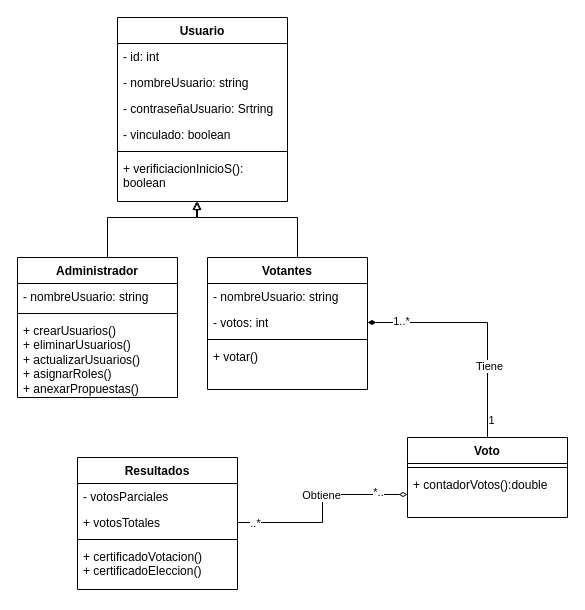
Andres-Nicolas/Diagramas keeps this draw.io diagram as DiagraClases_ER.drawio. Above is the earlier version. Source tidied: cells renumbered, new cells numbered last; positions are measured from the earlier drawing's top-left corner, leaving out a move shared by most shapes. Both pictures are drawn from the tidied source at 100%, with x=0, y=0 at pixel (17, 17).
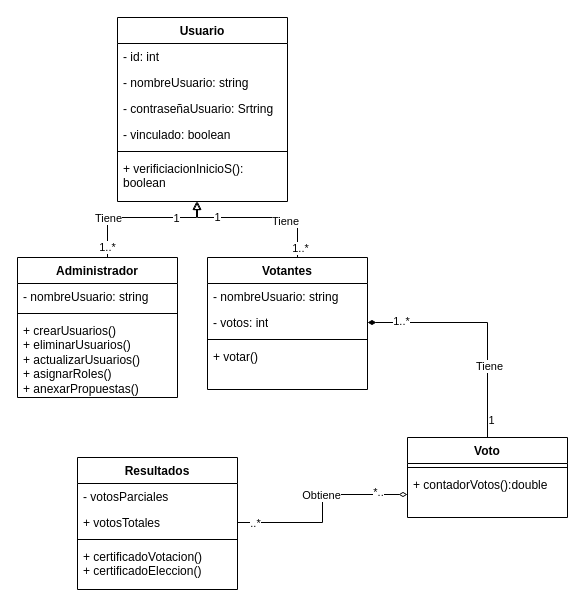
Above is the later version.

Unchanged cells that the change refers to:
```xml
<mxCell id="8" value="+ verificiacionInicioS(): boolean" style="text;strokeColor=none;fillColor=none;align=left;verticalAlign=top;spacingLeft=4;spacingRight=4;overflow=hidden;points=[[0,0.5],[1,0.5]];portConstraint=eastwest;whiteSpace=wrap;html=1;" parent="2" vertex="1">
  <mxGeometry y="138" width="170" height="46" as="geometry" />
</mxCell>
<mxCell id="9" value="Administrador" style="swimlane;fontStyle=1;align=center;verticalAlign=top;horizontal=1;startSize=26;whiteSpace=wrap;html=1;" parent="1" vertex="1">
  <mxGeometry y="240" width="160" height="140" as="geometry" />
</mxCell>
<mxCell id="14" value="Votantes" style="swimlane;fontStyle=1;align=center;verticalAlign=top;horizontal=1;startSize=26;whiteSpace=wrap;html=1;" parent="1" vertex="1">
  <mxGeometry x="190" y="240" width="160" height="132" as="geometry" />
</mxCell>
```

Diff of the diagram source:
```diff
@@
-    <mxCell id="13" style="edgeStyle=orthogonalEdgeStyle;rounded=0;jettySize=auto;html=1;endArrow=block;endFill=0;exitX=0.5;exitY=0;exitDx=0;exitDy=0;" parent="1" edge="1" source="9" target="8">
-      <mxGeometry relative="1" as="geometry">
+    <mxCell id="13" value="1..*" style="edgeStyle=orthogonalEdgeStyle;rounded=0;jettySize=auto;html=1;endArrow=block;endFill=0;exitX=0.5;exitY=0;exitDx=0;exitDy=0;" parent="1" edge="1" source="9" target="8">
+      <mxGeometry x="-0.74" relative="1" as="geometry">
         <Array as="points">
           <mxPoint x="90" y="200" />
           <mxPoint x="179" y="200" />
         </Array>
       </mxGeometry>
     </mxCell>
+    <mxCell id="36" value="Tiene" style="edgeLabel;html=1;align=center;verticalAlign=middle;" parent="13" vertex="1">
+      <mxGeometry x="-0.35" relative="1" as="geometry" />
+    </mxCell>
+    <mxCell id="37" value="1" style="edgeLabel;html=1;align=center;verticalAlign=middle;" parent="13" vertex="1">
+      <mxGeometry x="0.52" relative="1" as="geometry" />
+    </mxCell>
@@
-    <mxCell id="19" style="edgeStyle=orthogonalEdgeStyle;rounded=0;jettySize=auto;html=1;endArrow=block;endFill=0;exitX=0.5;exitY=0;exitDx=0;exitDy=0;" parent="1" edge="1" source="14" target="8">
-      <mxGeometry relative="1" as="geometry">
+    <mxCell id="19" value="1" style="edgeStyle=orthogonalEdgeStyle;rounded=0;jettySize=auto;html=1;endArrow=block;endFill=0;exitX=0.5;exitY=0;exitDx=0;exitDy=0;" parent="1" edge="1" source="14" target="8">
+      <mxGeometry x="0.57" relative="1" as="geometry">
         <Array as="points">
           <mxPoint x="280" y="200" />
           <mxPoint x="180" y="200" />
         </Array>
       </mxGeometry>
     </mxCell>
+    <mxCell id="38" value="1..*" style="edgeLabel;html=1;align=center;verticalAlign=middle;" parent="19" vertex="1">
+      <mxGeometry x="-0.48" y="-2" relative="1" as="geometry">
+        <mxPoint y="23" as="offset" />
+      </mxGeometry>
+    </mxCell>
+    <mxCell id="39" value="Tiene" style="edgeLabel;html=1;align=center;verticalAlign=middle;" parent="19" vertex="1">
+      <mxGeometry x="-0.24" y="3" relative="1" as="geometry" />
+    </mxCell>
```
